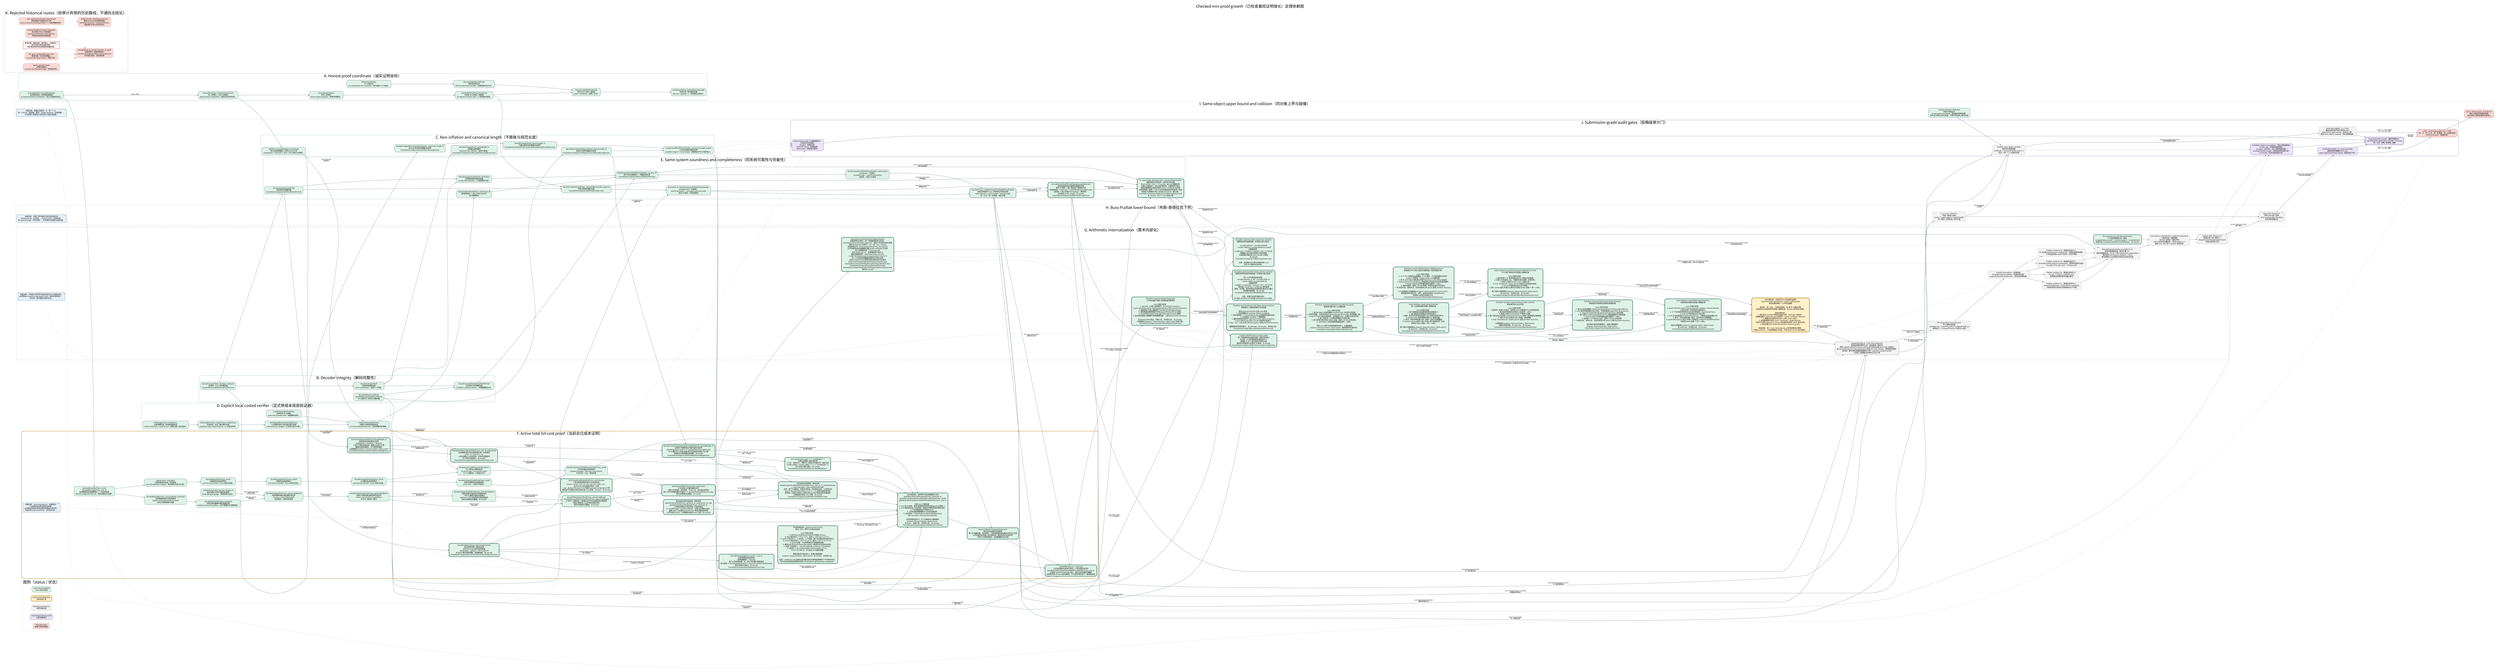
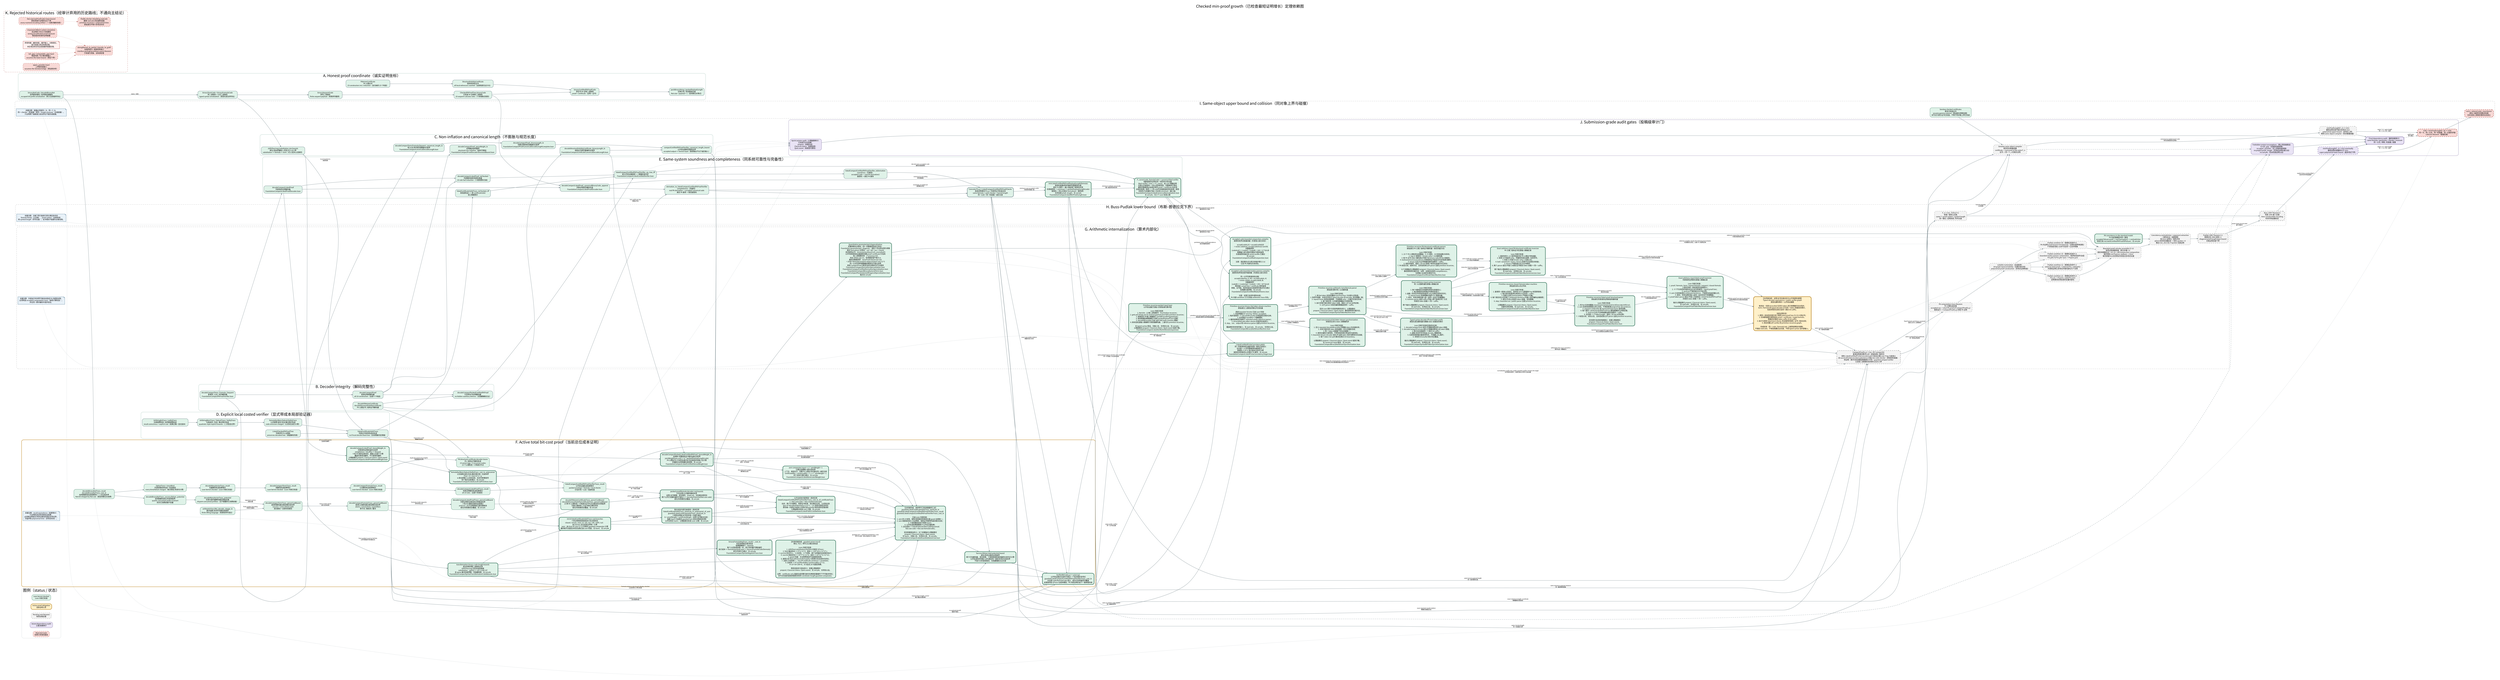
digraph CheckedMinProofDependencies {
  graph [
    rankdir=LR,
    bgcolor="white",
    compound=true,
    newrank=true,
    pad="0.35",
    nodesep="0.30",
    ranksep="0.62",
    fontname="Noto Sans CJK SC",
    fontsize=24,
    label="Checked min-proof growth（已检查最短证明增长）定理依赖图",
    labelloc="t",
    labeljust="c"
  ];
  node [
    shape=box,
    style="rounded,filled",
    fontname="Noto Sans CJK SC",
    fontsize=10.5,
    color="#526d75",
    fillcolor="#eef3f4",
    margin="0.14,0.09",
    penwidth=1.2
  ];
  edge [
    fontname="Noto Sans CJK SC",
    fontsize=8.5,
    color="#65777d",
    arrowsize=0.68,
    penwidth=1.05
  ];

  subgraph cluster_legend {
    label="图例（status / 状态）";
    color="#c8d1d4";
    style="rounded";
    done [label="Lean kernel checked\nLean 内核已检查", fillcolor="#dff2e8", color="#3f7c66"];
    active [label="Active proof obligation\n当前证明义务", fillcolor="#fff0c9", color="#b37a12", penwidth=2.2];
    pending [label="Pending root theorem\n待闭合根定理", fillcolor="#f3f3f3", color="#777777", style="rounded,filled,dashed"];
    audit [label="Axiom/dependency audit\n公理/依赖审计", fillcolor="#e9e3f5", color="#76639a"];
    rejected [label="Rejected route\n经审计弃用的路线", fillcolor="#f8d9d6", color="#a8443d", style="rounded,filled,dashed"];
  }

  subgraph cluster_coordinate {
    label="A. Honest proof coordinate（诚实证明坐标）";
    color="#8fb7aa";
    style="rounded";

    natcode [label="binaryNatCode / decodeBinaryNat\n自然数前缀码 / 自然数前缀解码\nescaped-bit prefix serialization（转义位前缀序列化）", fillcolor="#dff2e8"];
    syntaxcode [label="binaryTermCode + binaryFormulaCode\n项二进制码 + 公式二进制码\ntyped syntax serialization（类型化语法序列化）", fillcolor="#dff2e8"];
    sequentcode [label="binarySequentCode\n序列二进制码\nfinite sequent payload（有限序列载荷）", fillcolor="#dff2e8"];
    prooftree [label="CheckedPAProofTree.binaryCode\n已检查 PA 证明树二进制码\n10 sequent-calculus rules（十条相继式规则）", fillcolor="#dff2e8"];
    axiomcert [label="PAAxiomCertificate\nPA 公理证书\n23 constructors incl. induction（含归纳的 23 个构造）", fillcolor="#dff2e8"];
    structcert [label="StructuralValidityCertificate\n结构有效性证书\nall local witnesses counted（全部局部见证计长）", fillcolor="#dff2e8"];
    certifiedcode [label="binaryCertifiedPAProofCode\n带证书 PA 证明二进制码\nproof + certificate（证明 + 证书）", fillcolor="#dff2e8"];
    packedcode [label="packBinaryString / packedPayloadLength\n位串打包 / 有效载荷长度\nNat.size = payload + 1（自然数位长等式）", fillcolor="#dff2e8"];

    natcode -> syntaxcode [label="labels / 标签"];
    syntaxcode -> sequentcode;
    sequentcode -> prooftree;
    axiomcert -> structcert;
    prooftree -> certifiedcode;
    structcert -> certifiedcode;
    certifiedcode -> packedcode;
  }

  subgraph cluster_decoder {
    label="B. Decoder integrity（解码完整性）";
    color="#8fb7aa";
    style="rounded";

    typeddecoder [label="decodeCompactTerm / Formula / Sequent\n紧凑项 / 公式 / 序列解码器\nFoundationCompactPAProofVerifier.lean", fillcolor="#dff2e8"];
    proofdecoder [label="decodeCompactProof\n紧凑证明树解码器\nall 10 constructors（全部十个构造）", fillcolor="#dff2e8"];
    certdecoder [label="decodePAAxiomCertificate\ndecodeStructuralValidityCertificate\nPA 公理证书 / 结构证书解码器", fillcolor="#dff2e8"];
    packeddecoder [label="decodeCompactPackedCertifiedPAProof\n打包带证书证明解码器\nno hidden auxiliary witness（无隐藏辅助见证）", fillcolor="#dff2e8"];

    typeddecoder -> proofdecoder;
    certdecoder -> packeddecoder;
    proofdecoder -> packeddecoder;
  }

  subgraph cluster_size {
    label="C. Non-inflation and canonical length（不膨胀与规范长度）";
    color="#8fb7aa";
    style="rounded";

    structural [label="decodeCompactProof_parseWeight_le\n证明解码结构量界\nstructural non-inflation（结构不膨胀）\nFoundationCompactProofDecoderStructuralBound.lean", fillcolor="#dff2e8"];
    syntaxcanonical [label="decodeCompactTerm/Formula/Sequent_canonical_length_le\n项/公式/序列规范重编码长度界\nFoundationCompactCanonicalDecodeLength.lean", fillcolor="#dff2e8"];
    proofcanonical [label="decodeCompactProof_binaryLength_le\n完整证明树规范重编码长度界\nFoundationCompactProofCanonicalDecodeLengthComplete.lean", fillcolor="#dff2e8"];
    certcanonical [label="decodeStructuralValidityCertificate_binaryLength_le\n结构证书规范重编码长度界\nFoundationCompactCertificateCanonicalDecodeLength.lean", fillcolor="#dff2e8"];
    totalcanonical [label="compactCertifiedPAProofVerifier_canonical_length_bound\n公开验证器规范载荷总界\naccepted output <= honest input（接受输出不长于诚实输入）", fillcolor="#dff2e8"];
    transformsize [label="shift/free/neg/substitution size bounds\n移位/自由变量嵌入/否定/代入大小界\nsubstitution <= formula × term（代入至多公式乘项）", fillcolor="#dff2e8"];

    typeddecoder -> syntaxcanonical;
    proofdecoder -> structural;
    syntaxcanonical -> proofcanonical;
    certdecoder -> certcanonical;
    proofcanonical -> totalcanonical;
    certcanonical -> totalcanonical;
    syntaxcode -> transformsize;
  }

  subgraph cluster_explicit_local {
    label="D. Explicit local costed verifier（显式带成本局部验证器）";
    color="#8fb7aa";
    style="rounded";

    biteq [label="bitStringEqTrace / natEqTrace\n位串相等轨迹 / 自然数相等轨迹\nresult correctness + explicit cost（结果正确 + 显式成本）", fillcolor="#dff2e8"];
    bitset [label="bitStringMemTrace / SubsetTrace / SetEqTrace\n位串成员 / 包含 / 集合等价轨迹\nquadratic-style explicit bounds（二次型显式界）", fillcolor="#dff2e8"];
    formulalist [label="formulaEq/Mem/Subset/SetEqTrace\n公式相等/成员/包含/集合等价轨迹\ncode emission charged（公式码生成已计费）", fillcolor="#dff2e8"];
    listedtree [label="ListedCheckedPAProofTree\n列表序列 PA 证明树\npreserves decoded lists（保留解码列表）", fillcolor="#dff2e8"];
    listedcert [label="listedCertificateValidTrace\n列表证书有效性成本轨迹\nno Finset decide black box（无有限集判定黑箱）", fillcolor="#dff2e8"];

    biteq -> bitset;
    bitset -> formulalist;
    listedtree -> listedcert;
    formulalist -> listedcert;
    transformsize -> listedcert [label="local transforms\n局部变换"];
  }

  subgraph cluster_same_system {
    label="E. Same-system soundness and completeness（同系统可靠性与完备性）";
    color="#8fb7aa";
    style="rounded";

    listdecoder [label="decodeCompactListedProof\n列表保持证明解码器\nFoundationCompactListedProofDecoder.lean", fillcolor="#dff2e8"];
    projection [label="decodeCompactListedProof_toChecked\n列表解码投影到原检查器\n10-rule fuel induction（十规则燃料归纳）", fillcolor="#dff2e8"];
    localiff [label="listedCertificateValidTrace_toChecked_iff\n新局部轨迹 <-> 原 certificateValid\n语义精确等价", fillcolor="#dff2e8"];
    publiciff [label="listedCompactCertifiedPAProofVerifier_eq_true_iff\n新公开验证器接受 <-> 精确检查关系\nFoundationCompactListedCertifiedVerifier.lean", fillcolor="#dff2e8"];
    soundness [label="listedCompactCertifiedPAProofVerifier_toDerivation\nsoundness（可靠性）\naccepted code -> real PA Derivation2\n接受码 -> 真实 PA 推导", fillcolor="#dff2e8"];
    listencoder [label="decodeCompactListedProof_canonicalBinaryCode_append\n列表证明规范编码往返\nFoundationCompactListedProofEncoder.lean", fillcolor="#dff2e8"];
    completeness [label="derivation_to_listedCompactCertifiedPAProofVerifier\ncompleteness（完备性）\nreal PA derivation -> accepted canonical code\n真实 PA 推导 -> 规范接受码", fillcolor="#dff2e8"];
    predicate [label="Concrete P(x,y) / ListedCompactCertifiedPAProofChecks\n具体证明谓词 P(x,y) / 列表带证书检查关系\nsame formula + same checker + honest length\n同一公式 + 同一检查器 + 诚实长度", fillcolor="#dff2e8", penwidth=2.0];
    minmeasure [
      label="minListedCertifiedPAProofPayloadLength(formula)\n具体检查器诱导的最短完整载荷长度\n真实 PA 推导 -> 最小值由某个接受码实现\n任意接受码 -> minimum <= packedPayloadLength(code)\n接受码 -> 同公式真实 Derivation2（推导树）\n无项目级 proof_length；无 sorryAx\nFoundationCompactListedMinProofLength.lean",
      fillcolor="#dff2e8", color="#2f6f57", penwidth=2.8
    ];
    canonicalnormalize [
      label="P_canon(code, formulaCode) + canonical Bool verifier\n纯数值规范证明关系 + 规范布尔验证器\nBool verifier = true <-> P_canon，由 Lean 精确证明\n任意公开接受码 -> 同公式码规范码，完整载荷不增长\n最短完整载荷必由真实规范 proof + certificate 码实现\n全体码有限一致性 <-> 同 cutoff 的纯数值规范码有限一致性\n非规范/冗余编码不能人为压低 minimum（最小值）\nFoundationCompactListedCanonicalNormalization.lean\n无 sorryAx；仅三个 Lean 标准公理",
      fillcolor="#dff2e8", color="#2f6f57", penwidth=2.8
    ];

    typeddecoder -> listdecoder;
    listdecoder -> projection;
    proofdecoder -> projection;
    listedcert -> localiff;
    projection -> publiciff;
    localiff -> publiciff;
    packeddecoder -> publiciff;
    publiciff -> soundness;
    prooftree -> listencoder;
    listdecoder -> listencoder;
    listencoder -> completeness;
    listedcert -> completeness;
    soundness -> predicate;
    completeness -> predicate;
    predicate -> minmeasure [label="minimum over accepted codes\n对接受码取最小值"];
    completeness -> minmeasure [label="nonempty accepted set\n接受集合非空"];
    publiciff -> canonicalnormalize [label="decode every accepted code\n解码任意接受码"];
    listencoder -> canonicalnormalize [label="canonical re-encoding\n规范重编码"];
    totalcanonical -> canonicalnormalize [label="no payload growth\n载荷不增长"];
    minmeasure -> canonicalnormalize [label="minimum realized canonically\n最小值由规范码实现"];
  }

  subgraph cluster_cost_active {
    label="F. Active total bit-cost proof（当前总位成本证明）";
    color="#c18a27";
    style="rounded,bold";

    nattrace [label="decodeBinaryNatTrace_result\ndecodeBinaryNatTrace_cost_le\n自然数解码轨迹结果等价 + 二次位成本界\nNat.bit charged by Nat.size（按自然数位长收费）", fillcolor="#dff2e8", color="#3f7c66"];
    tracebind [label="OptionTrace + traceBind\n可选结果成本轨迹 + 轨迹绑定\nevery bind/failure charged（每次绑定/失败均计费）", fillcolor="#dff2e8", color="#3f7c66"];
    vectortrace [label="decodeManyVectorTrace_result\n向量解码轨迹结果等价\nLean kernel checked（Lean 内核已检查）", fillcolor="#dff2e8", color="#3f7c66"];
    termtrace [label="decodeCompactTermTrace_result\n项解码轨迹结果等价\nLean kernel checked（Lean 内核已检查）", fillcolor="#dff2e8", color="#3f7c66"];
    formulatrace [label="decodeCompactFormulaTrace_result\n公式解码轨迹结果等价\nLean kernel checked（Lean 内核已检查）", fillcolor="#dff2e8", color="#3f7c66"];
    prooftrace [label="decodeCompactListedProofTrace_result\n列表证明解码轨迹结果等价\nall 10 rules（全部十条规则）", fillcolor="#dff2e8", color="#3f7c66"];
    certtrace [label="PA/structural certificate decoder traces\nPA / 结构证书解码轨迹\n23 axiom tags + 4 recursive nodes\n23 个公理标签 + 4 种递归节点", fillcolor="#dff2e8", color="#3f7c66"];
    publictrace [label="listedCompactCertifiedPAProofVerifierTrace_result\n公开验证器轨迹结果等价\npacked envelope + formula + local checks\n打包外壳 + 公式 + 局部检查", fillcolor="#dff2e8", color="#3f7c66"];
    natpotential [label="decodeBinaryNatTrace_success/failure_potential\n自然数解码成功/失败势能界\nquartic consumed-prefix invariant\n四次已消费前缀不变量", fillcolor="#dff2e8", color="#3f7c66"];
    vectorpotential [label="decodeManyVectorTrace_potential\n任意长度向量解码摊还势能定理\ndisjoint consumed prefixes（互不重叠的已消费前缀）", fillcolor="#dff2e8", color="#3f7c66"];
    symbolcharge [label="arithmeticFunc/Rel_decode_charge_le\n算术函数/关系符号解码收费界\nfinite ORing language（有限有序环语言）", fillcolor="#dff2e8", color="#3f7c66"];
    termpotential [label="decodeCompactTermTrace_parserCostBound\n紧凑项解码器全路径摊还成本界\nsuccess + every failure path\n成功路径 + 全部失败路径", fillcolor="#dff2e8", color="#3f7c66"];
    formulapotential [label="decodeCompactFormulaTrace_parserCostBound\n紧凑公式解码器全路径摊还成本界\natoms / connectives / quantifiers\n原子式 / 联结词 / 量词", fillcolor="#dff2e8", color="#3f7c66"];
    proofpotential [
      label="decodeCompactListedProofTrace_parserCostBound\n列表证明树全路径四次势能成本界\n十条 PA 相继式规则全部通过\nand/cut 二叉子证明势能已望远镜相消\n成功/失败路径全覆盖；无 sorryAx",
      fillcolor="#dff2e8", color="#3f7c66"
    ];
    certpotential [
      label="decodePAAxiomCertificateTrace_parserCostBound\ndecodeStructuralValidityCertificateTrace_parserCostBound\n23 种 PA 公理标签 + 4 种递归证书节点全路径四次势能界\n归纳公理体和二元证书树已摊还闭合\n成功/失败路径全覆盖；无 sorryAx",
      fillcolor="#dff2e8", color="#3f7c66", penwidth=2.2
    ];
    packedcost [
      label="packed proof/formula decoder cost bounds\n打包证明/公式解码器成本界\n证明+证书串联、末位哨兵、dropLast、空后缀全部闭合\n两个公开打包解码器均不超过 2 × decoderPotential(Nat.size code)\n成功/失败路径全覆盖；无 sorryAx",
      fillcolor="#dff2e8", color="#2f6f57", penwidth=2.8
    ];
    transformcode [
      label="transformation binary-code length bounds\n语法变换完整二进制码长界\nshift/free/neg 均至多线性膨胀\nsubstitution：|phi[t]| <= 3(F+1)(W+1)F\n含 qpow 量词深度预算；无隐藏参数；无 sorryAx\nFoundationCompactSyntaxTransformationCodeBounds.lean",
      fillcolor="#dff2e8", color="#2f6f57", penwidth=2.8
    ];
    negtrace [
      label="binaryFormulaNegTrace_result / _cost_le\n否定变换真实递归轨迹\n结果精确等于 ∼formula\n每个公式构造收费一步；原子项向量不重复遍历\n执行成本 <= formulaSymbolCount <= |binaryFormulaCode(formula)|\n单文件探针已通过；无 sorryAx\nFoundationCompactSyntaxNegationTrace.lean",
      fillcolor="#dff2e8", color="#2f6f57", penwidth=2.8
    ];
    axmjoint [
      label="axm comparator input <= 2 * jointWeight + 1\n公理比较器输入联合坐标界\n上下文、候选句子、完整 PA 公理证书均落在同一诚实位权\ncertificateBits + sentenceBits + 1 <= 2 * jointWeight + 1\n四个坐标引理已通过；无 sorryAx\nFoundationCompactListedAxiomJointWeight.lean",
      fillcolor="#dff2e8", color="#2f6f57", penwidth=2.8
    ];
    honestproof [
      label="decodeCompactListedProof_honestWeight_le\n列表保持证明树诚实位权界\nweight(tree) + 8|suffix| <= 8|input|\n十条 PA 规则全部闭合；重复公式逐个计费\n覆盖任意成功解码，不只是规范编码\n公理画像仅 propext / Classical.choice / Quot.sound\nFoundationCompactListedProofHonestWeight.lean",
      fillcolor="#dff2e8", color="#2f6f57", penwidth=2.8
    ];
    honestcert [
      label="decodeCompactPackedListedCertifiedPAProof_honestWeight_le\n证明树+完整结构证书联合诚实位权界\njointWeight(tree,cert) <= 8 * packedPayloadLength(code)\nPA 公理证书 23 标签及递归证书全部由实际输入位计费\n无辅助见证和隐藏长度参数；无 sorryAx\nFoundationCompactListedCertifiedHonestWeight.lean",
      fillcolor="#dff2e8", color="#2f6f57", penwidth=2.8
    ];
    localprimitives [
      label="formulaEq/Mem/Subset/SetEqTrace_cost_le_polynomial\n公式相等/成员/包含/集合等价统一位成本界\nP(w) = 4 + 2(w+3)^2 + w\nw 是全部输入公式码位权，包含列表重复项\n四个端点全部通过；无 sorryAx\nFoundationCompactListedLocalCostPrimitives.lean",
      fillcolor="#dff2e8", color="#2f6f57", penwidth=2.8
    ];
    localbranches9 [
      label="10/10 listedCertificateValidTrace cost branches\n十条证明规则局部成本分支全部闭合\nclosed / verum / and / or / all / exs / wk / shift / cut：\n由 P(G(w)) 及生成语法界统一计费\naxm：由 A(w)=K*(2w+1)^12 的真实 guarded comparator 计费\n最终每节点固定多项式包络已由 Lean 检查；无 haxm、无 sorryAx",
      fillcolor="#dff2e8", color="#2f6f57", penwidth=2.8
    ];
    localinduction [
      label="联合坐标内部归纳骨架 + 具体实例\nlistedCertificateValidTrace_jointCost_le_polynomial_of_axm\nguardedListedCertificateValidTrace_jointCost_le\n十规则证明树/证书同步统一归纳已通过\nb = proofWeight + certificateWeight（证明+证书联合位权）\n抽象 haxm 已由真实 guarded axm 成本定理具体消除\n公开实例无 haxm；公理画像仅标准 Lean 公理；无 sorryAx",
      fillcolor="#dff2e8", color="#2f6f57", penwidth=2.8
    ];
    publicskeleton [
      label="公开总成本内部骨架 + 具体实例\nlistedCompactCertifiedPAProofVerifierTrace_cost_le_of_certificateTrace\ns = Nat.size(code) + Nat.size(formulaCode)\n合并：两个打包解码、局部证书检查、结论集合比较、公式码比较\nQ(s)=4*decoderPotential(s)+L(s)+1，L(s) 是显式固定多项式\n原先唯一内部证书成本义务现已由 guarded 联合成本定理消除\n公理画像仅标准 Lean 公理；无 sorryAx\nFoundationCompactListedPublicCostSkeleton.lean",
      fillcolor="#dff2e8", color="#2f6f57", penwidth=2.8
    ];
    publiccost [
      label="【主终端完成：具体带守卫检查器最终汇合】\nguardedListedCertificateValidTrace_jointCost_le\nguardedListedCompactCertifiedPAProofVerifierTrace_result\nguardedListedCompactCertifiedPAProofVerifierTrace_cost_le\n\n已由 Lean 内核检查：\n1. axm 的 23 标签、接受/拒绝路径和候选长度 guard 全部统一；\n2. axm 局部成本进入与证明树、结构证书相同的诚实联合位权；\n3. 十规则整树成本不再带 haxm；\n4. 公开轨迹结果精确等于公开验证器结果；\n5. 总位成本 <= listedPublicVerifierCostPolynomial(\n   Nat.size code + Nat.size formulaCode)。\n\n定向构建退出码 0；五个关键端点公理画像仅\npropext / Classical.choice / Quot.sound。\n无 haxm、无输入包、无项目公设、无 sorryAx。\nFoundationCompactListedGuardedAxiomCost.lean",
      fillcolor="#dff2e8", color="#2f6f57", penwidth=2.8
    ];
    amortized [label="Success/failure total potential bound\n成功/失败全路径总势能界\n两个打包解码器、语法变换、十规则局部检查和最终比较均已计费\n公开轨迹的所有输入对均满足同一固定多项式位成本界\n不是只分析接受路径；无隐藏辅助见证长度", fillcolor="#dff2e8", color="#2f6f57", style="rounded,filled", penwidth=2.8];
    costnote [shape=note, label="关键注释：result equivalence（结果等价）\n只证明轨迹没有改掉验证结果；\n必须再证明成功/失败全路径的固定多项式界，\n才能声称 polynomial time（多项式时间）。", fillcolor="#e8f1f8", color="#4e7892"];
    transformtrace [label="【共享终端完成：guarded axiom trace】\n移位 / 代入 / 带守卫公理比较轨迹\n\nLean 内核已检查：\n1. shift/free/substitution/list/fixitr 的真实 QTrace；\n2. fixitr 输出码长 <= 4*(L+1)^2；成本 <= 128*(m+L+1)^2*L；\n3. succInd 四次代入、三次否定、三个析取、两个全称量词全部真实执行；\n4. succInd 输出码长 <= 10^7*(L+1)^4；成本 <= 10^11*(L+1)^12；\n5. guard 完备：合法相等候选不会被提前拒绝；\n6. 接受分支 fixitr/allClosure/formulaEq 与拒绝分支总成本均闭合；\n7. 全部 23 标签统一：true iff certificate.sentence = candidate；\n8. 总成本 <= K*(certificateBits+sentenceBits+1)^12，\n   K=10^30+(3B+4)，B 为显式 26 句固定预算。\n\n两条验收命令退出码 0；关键公理画像仅\npropext / Classical.choice / Quot.sound；无 sorryAx、无项目公设。\n\n边界：certificate-only 直接生成完整归纳句在稀疏变量编号下不可能多项式；\n本节点完成的是保持接受关系的 candidate-length guarded comparator。", fillcolor="#dff2e8", color="#2f6f57", style="rounded,filled", penwidth=2.8];
    polytime [label="VerifierBitCost(x,y) <= p(|x|+|y|)\n公开验证器总位成本不超过一个显式固定多项式\nguardedListedCompactCertifiedPAProofVerifierTrace_cost_le\n对全部 code/formulaCode 成立，成功与失败路径均覆盖\n这里是项目 QTrace 位成本模型；PA 内短证明仍由下一簇单独完成", fillcolor="#dff2e8", color="#2f6f57", style="rounded,filled", penwidth=2.8];

    natcode -> nattrace;
    nattrace -> tracebind;
    tracebind -> vectortrace;
    vectortrace -> termtrace;
    termtrace -> formulatrace;
    formulatrace -> prooftrace;
    certdecoder -> certtrace;
    formulatrace -> certtrace;
    prooftrace -> publictrace;
    certtrace -> publictrace;
    publictrace -> amortized [label="exact behavior first\n先固定精确行为"];
    nattrace -> natpotential;
    natpotential -> vectorpotential;
    vectorpotential -> termpotential [label="argument vectors\n参数向量"];
    symbolcharge -> termpotential [label="finite symbol decoding\n有限符号解码"];
    termpotential -> formulapotential [label="terms inside atoms\n原子式中的项"];
    formulapotential -> proofpotential [label="formulas inside sequents\n序列中的公式"];
    proofpotential -> certpotential [label="proof/certificate alignment\n证明树/证书树对齐"];
    formulapotential -> certpotential [label="induction body\n归纳公理体"];
    certpotential -> packedcost [label="proof + certificate stream\n证明 + 证书串"];
    publictrace -> packedcost [label="same executable result\n同一可执行结果"];
    packedcost -> publiccost [label="decoded objects\n已解码对象"];
    transformsize -> transformcode [label="from symbol count to full bits\n从符号数提升到完整位长"];
    transformcode -> negtrace [label="input bit-length control\n输入位长控制"];
    negtrace -> publiccost [label="closed/cut negation charge\n闭合/切规则否定计费"];
    transformcode -> publiccost [label="generated-code bounds\n生成公式码长界"];
    listdecoder -> honestproof [label="all successful parses\n全部成功解码"];
    honestproof -> honestcert [label="proof-tree charge\n证明树计费"];
    certcanonical -> honestcert [label="full certificate bits\n完整证书位"];
    honestcert -> publiccost [label="joint decoded-data bound\n联合解码数据界"];
    honestcert -> axmjoint [label="proof + certificate coordinate\n证明 + 证书坐标"];
    axmjoint -> publiccost [label="guarded comparator input bound\n带守卫比较器输入界"];
    listedcert -> localprimitives [label="exact trace costs\n精确轨迹成本"];
    honestproof -> localprimitives [label="duplicate-preserving weights\n保留重复项位权"];
    localprimitives -> publiccost [label="uniform quadratic bound\n统一二次界"];
    localprimitives -> localbranches9 [label="per-rule instantiation\n逐规则实例化"];
    transformcode -> localbranches9 [label="generated syntax bounds\n生成语法界"];
    localbranches9 -> publiccost [label="nine checked branches\n九条已检查分支"];
    localbranches9 -> localinduction [label="structural aggregation\n结构汇总"];
    localinduction -> publiccost [label="haxm concretely discharged\nhaxm 已由具体定理消除"];
    localinduction -> publicskeleton [label="local certificate polynomial\n局部证书多项式"];
    packedcost -> publicskeleton [label="two packed decoder bounds\n两个打包解码界"];
    honestcert -> publicskeleton [label="decoded joint weight\n解码联合位权"];
    publicskeleton -> publiccost [label="concrete discharge checked\n具体消义务已检查"];
    listedcert -> publiccost [label="explicit local checks\n显式局部检查"];
    publiccost -> amortized;
    totalcanonical -> amortized [label="consumed-length control\n消费长度控制"];
    costnote -> amortized [style=dotted, arrowhead=none, constraint=false];
    transformcode -> transformtrace;
    transformtrace -> publiccost [label="guarded axm + shift/free/substitution costs\n带守卫公理 + 移位/自由化/代入成本"];
    amortized -> polytime;
    transformtrace -> polytime;
    totalcanonical -> polytime [label="input/output length control\n输入输出长度控制"];
    listedcert -> polytime [label="local cost bounds\n局部成本界"];
    predicate -> polytime [label="exact executable relation\n精确可执行关系"];
  }

  subgraph cluster_internalization {
    label="G. Arithmetic internalization（算术内部化）";
    color="#9a9a9a";
    style="rounded,dashed";

    listedconmeta [label="ListedCertifiedFiniteConsistencyAt(k)\n同一列表保持验证器的有限一致性元层语义\n无长度 <= k 的完整载荷码被接受为 ⊥\n普通及 2^(A*n) 放大版本无条件为真\n接受反向恢复同公式真实 PA 推导；无 sorryAx\nFoundationCompactListedFiniteConsistencyTarget.lean", fillcolor="#dff2e8", color="#2f6f57", penwidth=2.8];
    arithinput [label="Primitive-recursive packed input layer\n公开验证器打包输入的原始递归算术层\n\nLean 内核已检查：\n1. Nat.bits（小端二进制展开）为 primitive recursive；\n2. getLast?/dropLast 与 sentinel payload peel 均为 primitive recursive；\n3. 剥离成功 iff 输入精确等于 packBinaryString(payload)；\n4. 新剥离器结果精确等于现有 packedPayloadTrace 结果；\n5. decodeBinaryNat 已由 right-fold state machine 重建；\n6. 新状态机逐输入精确等于原前缀解码器，二者均为 primitive recursive。\n\n无 typed syntax 假设、无输入包、无项目公设、无 sorryAx；\n公理画像仅 propext / Classical.choice / Quot.sound 或其子集。\nFoundationCompactListedVerifierArithmeticInput.lean", fillcolor="#dff2e8", color="#2f6f57", penwidth=2.8];
    tokenstream [label="Primitive-recursive binary-Nat token stream machine\n原始递归二进制自然数记号流机器\n\n具体 bounded iterator 已由 Lean 检查：\n1. 状态明确区分 running / failed / accepted；\n2. 每步调用同一个 decodeBinaryNat 并保留真实剩余位串；\n3. 总步数由 inputBits+1 明确限制；\n4. 最终结果逐位串等于 repeated-prefix reference parser；\n5. binaryNatCode token stream 的规范往返成立；\n6. step、run、output 和 reference parser 全部 primitive recursive。\n\n覆盖畸形和非规范输入；无 rawCode、无 sorryAx、无项目公设。\nFoundationCompactBinaryNatStreamMachine.lean", fillcolor="#dff2e8", color="#2f6f57", penwidth=2.8];
+     bitsync [label="Exact noncanonical bit/token stream synchronization\n非规范位流与 token 流精确同步\n\nLean 内核已检查：\n1. 定义 repeated decodeBinaryNat 的精确 token/位后缀关系；\n2. 关系可按任意 token 前后缀唯一切分并重新合成；\n3. 同一 token 前缀留下的位后缀唯一；\n4. 规范位编码只是特例，不把非规范高位零误判为规范码；\n5. bounded stream decoder 成功 iff 全部 token 恰好消费至空位后缀；\n6. 每个 token-list split 都对应真实 bit boundary。\n\n公理画像仅 propext / Classical.choice / Quot.sound 或其子集；\n无 canonical-input 假设、无 sorryAx。\nFoundationCompactBinaryNatStreamSynchronization.lean", fillcolor="#dff2e8", color="#2f6f57", penwidth=2.8];
    syntaxparser [label="Primitive-recursive arithmetic term/formula parser\n原始递归算术项 / 公式解析器\n\nLean 内核已检查：\n1. 纯 Nat token 状态机覆盖 bvar/fvar/func 与全部公式构造；\n2. 有序环函数、关系符号码与 typed decoder 的 decode₂ 条件精确一致；\n3. repeat frame 逐项处理参数，不按稀疏 arity 一次展开巨型任务表；\n4. 每个真实项 / 公式都有精确执行步数定理；\n5. 执行步数不超过真实 token 长度，固定二次 fuel 必然足够；\n6. 公开 parser 对规范编码精确返回同一 suffix。\n\n定向 Lean 探针与目标构建退出码 0；公理画像仅\npropext / Classical.choice / Quot.sound；静态禁用项扫描为空。\nFoundationCompactSyntaxTokenMachine.lean", fillcolor="#dff2e8", color="#2f6f57", penwidth=2.8];
    syntaxinversion [label="Exact arbitrary-input syntax inversion\n项 / 公式解析器任意输入精确反演\n\nLean 内核已检查：\n1. 每个纯数值任务栈都有类型化前缀语义；\n2. 每次数值状态转换反向保持该语义；\n3. 函数 / 关系符号有效码恢复同 arity 的真实有序环符号；\n4. repeat frame 恢复精确长度的 Fin 参数向量；\n5. 成功、失败及畸形输入统一由同一后向不变量覆盖；\n6. numeric parser 返回 suffix iff 输入等于某真实项 / 公式\n   的规范 token 前缀 ++ 同一 suffix。\n\n两个端点公理画像仅 propext / Classical.choice / Quot.sound；\n无 rawCode、无项目公设、无 sorryAx。\nFoundationCompactSyntaxTokenMachineInversion.lean", fillcolor="#dff2e8", color="#2f6f57", penwidth=2.8];
+     syntaxbitsync [label="Typed syntax decoder iff exact token prefix\n类型化语法解码器与精确 token 前缀双向等价\n\nLean 内核已检查任意成功位串：\n1. decodeCompactTerm 成功 iff 精确消费该项 token 前缀；\n2. decodeCompactFormula 成功 iff 精确消费该公式 token 前缀；\n3. 两方向均保留同一个真实 bit suffix；\n4. 函数/关系符号代码由 decode₂ 精确恢复；\n5. 任意有限参数向量逐项同步，不隐藏 arity 展开；\n6. 非规范 binaryNat 表示完全覆盖。\n\n端点公理画像仅 propext / Classical.choice / Quot.sound；\n无 rawCode、无项目公设、无 sorryAx。\nFoundationCompactSyntaxBitTokenSynchronization.lean", fillcolor="#dff2e8", color="#2f6f57", penwidth=2.8];
    closedformula [label="Primitive-recursive closed-formula token machine\n原始递归闭公式记号机\n\nLean 内核已检查：\n1. 复用同一紧凑公式语法，但所有 term 位置遇到 fvar 标签即拒绝；\n2. 每次成功恢复真实类型化公式及同一 suffix；\n3. 恢复公式的 freeVariables 严格等于空集；\n4. 每个真实闭公式及每个 ArithmeticSentence 的嵌入规范编码必被接受；\n5. 成功 iff 闭公式规范 token 前缀，双向精确；\n6. step / bounded run / public parser 全部 primitive recursive。\n\n公理画像仅 propext / Classical.choice / Quot.sound；\n无额外闭性参数、无 rawCode、无 sorryAx。\nFoundationCompactClosedFormulaTokenMachine.lean", fillcolor="#dff2e8", color="#2f6f57", penwidth=2.8];
    proofparser [label="Primitive-recursive listed-proof structural parser\n原始递归列表保持证明树结构解析器\n\nLean 内核已检查：\n1. 纯 Nat 任务栈覆盖 closed/axm/verum/and/or/all/exs/wk/shift/cut；\n2. axm 标签现调用独立闭公式机，不再把普通 proposition 当 sentence；\n3. sequent cardinality 由 repeat-formula frame 逐项消费；\n4. 每个真实 ListedCheckedPAProofTree 都有精确执行步数定理；\n5. and/cut 左右子证明按编码顺序消费同一 suffix；\n6. 总步数 <= 2*tokenLength，固定二次 fuel 必然足够；\n7. 十标签分派、闭句分支、总状态机和公开 parser 全部 primitive recursive。\n\n定向探针及目标构建通过；关键公理画像仅\npropext / Classical.choice / Quot.sound。\nFoundationCompactProofTokenMachine.lean", fillcolor="#dff2e8", color="#2f6f57", penwidth=2.8];
    proofinversion [label="Exact arbitrary-input listed-proof inversion\n列表保持证明树任意输入精确反演\n\nLean 内核已检查：\n1. proof / formula / term / repeat-formula / sequent / closed-formula\n   六类任务统一具有类型化前缀语义；\n2. 十个节点标签的每条反向分支均恢复同一 typed proof tree；\n3. and/cut 严格恢复左右子树次序；\n4. axm 分支恢复真实 ArithmeticSentence，不接受含自由变量公式；\n5. 成功、失败及畸形输入由同一后向状态不变量覆盖；\n6. proof token parser 成功 iff 输入为某真实 ListedCheckedPAProofTree\n   的规范 token 前缀 ++ 同一 suffix。\n\n端点公理画像仅 propext / Classical.choice / Quot.sound；\n无 rawCode、无项目公设、无 sorryAx。\nFoundationCompactProofTokenMachineInversion.lean", fillcolor="#dff2e8", color="#2f6f57", penwidth=2.8];
    certparser [label="Primitive-recursive PA/structural certificate parsers\n原始递归 PA 公理 / 结构证书解析器（规范完备方向）\n\nLean 内核已检查：\n1. 23 个 PA 公理标签全部覆盖；0..21 固定，3/4 校验函数/关系码；\n2. tag 22 调用同一 binder-arity-1 公式解析器；\n3. 新 PA 证书 token 编码逐证书等于旧 binary code 的 Nat 前缀流；\n4. leaf/axiomCert/unary/binary 四类结构证书由显式任务栈递归解析；\n5. binary 左右子证书按编码顺序消费同一 suffix；\n6. 线性步数界、固定二次 fuel 和两个规范往返端点均已闭合；\n7. PA 标签分派、结构节点、总状态机和公开 parser 全部 primitive recursive。\n\n七个关键端点公理画像仅 propext / Classical.choice / Quot.sound；\n静态禁用项扫描为空。边界：这里闭合规范 completeness，\n任意输入反演仍在黄色节点。\nFoundationCompactCertificateTokenMachine.lean", fillcolor="#dff2e8", color="#2f6f57", penwidth=2.8];
    certinversion [label="Exact arbitrary-input PA/structural certificate inversion\nPA 公理 / 结构证书任意输入精确反演\n\nLean 内核已检查：\n1. 固定标签 0..21 逐项恢复对应 PA 公理证书构造器；\n2. 标签 3/4 恢复同 arity、同编码的真实函数 / 关系符号；\n3. 标签 22 恢复 binder-arity-1 归纳公式；\n4. leaf / axiomCert / unary / binary 四类节点全部反向恢复；\n5. binary 严格恢复左右子证书顺序；\n6. 两个 parser 成功 iff 输入为真实证书规范 token 前缀 ++ 同一 suffix。\n\n两个端点公理画像仅 propext / Classical.choice / Quot.sound；\n无 rawCode、无项目公设、无 sorryAx。\nFoundationCompactCertificateTokenMachineInversion.lean", fillcolor="#dff2e8", color="#2f6f57", penwidth=2.8];
-     numericparser [label="【主终端当前：位级对应与公开局部检查图】\nTyped-decoder equivalence + public verifier graph\n类型化解码等价 + 公开验证器图\n\n新闭合：项 / 公式、十规则证明树、23 类 PA 公理证书和\n4 类结构证书全部具有任意输入精确反演；伪 token 树风险已排除。\n\n当前证明任务：\n1. 把任意 binaryNat 非规范位编码与同一 Nat token 流同步，\n   证明数值机与 typed decoder 恢复同一 proof / certificate / formula；\n2. 精确对应消费后的 token suffix 与 bit suffix；\n3. 在纯数值图中组合 proof + certificate + target formula，\n   并执行与现有 listed local checks 完全相同的规则 / 证书 / 结论比较；\n4. 闭合完整公开 verifier 的 primitive-recursive graph。\n\n完成标准：同一 code / formulaCode 上接受结果逐点相等；\n不借旧 rawCode，不增加隐藏见证长度，不把 typed syntax 当外部输入。", fillcolor="#fff0c9", color="#b37a12", penwidth=2.8];
+     numericparser [label="【主终端当前：证明/证书位级对应与公开局部检查图】\nTyped-decoder equivalence + public verifier graph\n类型化解码等价 + 公开验证器图\n\n新闭合：任意 binaryNat 位流与 token 流已有精确可切分同步；\nterm / formula 的 typed decoder 已与同一 token 前缀双向等价，\n包括非规范位表示及同一真实 bit suffix。\n\n当前证明任务：\n1. 把同一双向同步提升到十规则 listed proof tree 与 23+4 类证书；\n2. 在纯数值图中顺序组合 proof + certificate + target formula，\n   精确对应每段 token suffix 与 bit suffix；\n3. 执行与现有 listed local checks 完全相同的规则 / 证书 / 结论比较；\n4. 闭合完整公开 verifier 的 primitive-recursive graph。\n\n完成标准：同一 code / formulaCode 上接受结果逐点相等；\n不借旧 rawCode，不增加隐藏见证长度，不把 typed syntax 当外部输入。", fillcolor="#fff0c9", color="#b37a12", penwidth=2.8];
    compactformula [label="CompactProof(x,y) + Con_PA^compact(k)\n紧凑证明谓词算术公式 + 紧凑有限一致性句\n绿色 ListedCertifiedFiniteConsistencyAt 已给出正确 Lean Prop 元层语义\n旧 succinctFiniteConsistencySentence 仍指 raw-code checker（原始码检查器）\n待证明：算术句标准模型精确等价于同一 guarded compact verifier\n以及短二进制数词实例的公式大小界", fillcolor="#f3f3f3", color="#777777", style="rounded,filled,dashed", penwidth=2.0];
    patrace [label="PA computation-trace theorem\nPA 计算轨迹定理\naccepted run -> short PA proof of CompactProof(x,y)\n接受运行 -> CompactProof(x,y) 的短 PA 证明", fillcolor="#f3f3f3", color="#777777", style="rounded,filled,dashed"];
    suitable [label="suitable numeration（合适枚举）\nbit graph representability（位图可表示性）\npolynomial proof construction（多项式证明构造）", fillcolor="#f3f3f3", color="#777777", style="rounded,filled,dashed"];
    cond0 [label="Pudlak condition (0)（普德拉克条件 0）\nPA 内证明 proof-bound monotonicity（证明长度界单调性）\nP 的较紧/较松 cutoff 可在同一公式中转换", fillcolor="#f3f3f3", color="#777777", style="rounded,filled,dashed"];
    cond1 [label="Pudlak condition (1)（普德拉克条件 1）\nexternal short proof -> internal P(n, code(phi))\n外部短证明以多项式开销内部化为 P 实例", fillcolor="#f3f3f3", color="#777777", style="rounded,filled,dashed"];
    cond2 [label="Pudlak condition (2)（普德拉克条件 2）\nP(n,m) -> P(q1(n), code(P(n,m)))\n证明谓词实例自身的定量内部化", fillcolor="#f3f3f3", color="#777777", style="rounded,filled,dashed"];
    cond3 [label="Pudlak condition (3)（普德拉克条件 3）\nbounded modus ponens composition（有界肯定前件合成）\nP(n,phi) 与 P(n,phi->psi) -> P(q2(n),psi)", fillcolor="#f3f3f3", color="#777777", style="rounded,filled,dashed"];
    mpcompiler [label="Accepted-code bounded modus ponens compiler\n接受码有界肯定前件编译器（外部语义层已闭合）\n\n同一公开列表保持验证器：\naccept(codeImp, A->B) + accept(codeA, A)\n  -> exists codeB, accept(codeB, B)\n完整载荷界：\n|codeB| <= |codeImp| + |codeA| + 240 + 34*S(A,B)\n两份输入 proof tree + certificate 原样复用\n树级、证书级、规范码级及任意接受码端点均已通过\n无隐藏长度参数；无 sorryAx\nFoundationCompactCertifiedModusPonens.lean\n\n注意：这里只关闭外部码合成；\nPA 内部 condition (3) 仍须由 arithmetic trace 内化。", fillcolor="#dff2e8", color="#2f6f57", penwidth=2.8];
    conjcompiler [label="Accepted-code bounded conjunction compiler\n接受码有界合取编译器（外部语义层已闭合）\n\naccept(codeA,A) + accept(codeB,B)\n  -> exists codeAnd, accept(codeAnd,A and B)\n完整载荷界：\n|codeAnd| <= |codeA| + |codeB| + 144 + 11*S(A,B)\n两棵输入树与两份完整证书原样复用\n任意接受码端点及 axiom profile 已通过\n无 sorryAx\nFoundationCompactCertifiedConjunction.lean\n\n注意：固定重言式与原文拼接步骤 (i)-(v)\n以及 PA 内部化仍未闭合。", fillcolor="#dff2e8", color="#2f6f57", penwidth=2.8];
    qdiagonal [label="Quantitative parameterized diagonalization\n定量参数化对角化（同一完整载荷坐标已闭合）\nFoundation parameterized_diagonal₁：固定 P 的全称证明为常数\n真实 Derivation2 实例化：cut + wk + exs + closed\n显式结构证书：binary(unary(baseCert), unary(leaf))\n公开列表保持验证器接受完整 proof+certificate 打包码\n短二进制数码项：2*previous+bit\n码长 O(Nat.size m)，标准模型值严格为 m\n最终完整载荷界：baseProof+baseCert+192\n + 2048*(formulaConstant+stepConstant*|m|+1)^3\n同一公式实例的精确最短载荷也不超过该界\n具体 CompactProof 谓词仍由灰色算术化节点提供\nFoundationCompactDerivationSpecialization.lean\nFoundationCompactCertifiedDerivationSpecialization.lean\nFoundationCompactBinaryNumeralTerm.lean\nFoundationCompactParameterizedDiagonalSpecialization.lean\n端点无 sorryAx", fillcolor="#dff2e8", color="#2f6f57", penwidth=2.8];
    proofassembly [label="Bounded proof-calculus assembly (i)-(v)\n有界证明演算拼接（原文步骤 i-v）\n固定命题重言式 + (0)-(3) + MP/conjunction composition\n逐步得到 not P(q5(m), bottom) -> D(m)\n每次拼接与公式实例化均须显式多项式长度", fillcolor="#f3f3f3", color="#777777", style="rounded,filled,dashed"];
    paconsistency [label="PA consistency in the standard model\nPA 在标准模型中的一致性\naccepted falsum proof -> real Derivation2 -> contradiction\n项目已有 noListedCertifiedPAProofOfFalsum；无 sorryAx", fillcolor="#dff2e8", color="#2f6f57", penwidth=2.4];
    exponentextract [label="Consistency contradiction + exponent extraction\n一致性反证 + 指数提取\n短 D(m) 证明与一致性冲突\nq5(m) 的多项式重标定 -> 存在 epsilon > 0\n推出 Con_A(n) 无 n^epsilon 长度证明", fillcolor="#f3f3f3", color="#777777", style="rounded,filled,dashed"];
    diagonal [label="Pudlak 1986 Theorem 3.1\n普德拉克 1986 定理 3.1\ndiagonal proof-length lower bound\n对角证明长度下界", fillcolor="#f3f3f3", color="#777777", style="rounded,filled,dashed", penwidth=2.0];
    internalnote [shape=note, label="关键注释：外部运行时间界不能自动变成 PA 内部短证明。\n必须构造 accepted computation trace（接受计算轨迹），\n并在同一算术编码中逐步验证。", fillcolor="#e8f1f8", color="#4e7892"];

    predicate -> compactformula [label="exact standard-model relation\n精确标准模型关系"];
    minmeasure -> compactformula [label="same honest payload length\n同一诚实载荷长度"];
    canonicalnormalize -> compactformula [style=dotted, label="normalization audit only; public guarded verifier remains the target\n仅作规范化审计；目标仍是公开带守卫验证器"];
    predicate -> listedconmeta [label="same accepted-code relation\n同一接受码关系"];
    minmeasure -> listedconmeta [label="same payload coordinate\n同一载荷坐标"];
    listedconmeta -> compactformula [label="arithmetize this exact semantics\n算术化这一精确语义"];
    canonicalnormalize -> listedconmeta [label="pointwise same-cutoff equivalence\n逐点同截断值等价"];
    polytime -> arithinput [label="same packed inputs and bit-cost coordinate\n同一打包输入与位成本坐标"];
    arithinput -> tokenstream [label="primitive-recursive payload and Nat-prefix base\n原始递归载荷与自然数前缀基础"];
+     tokenstream -> bitsync [label="exact arbitrary-input stream semantics\n任意输入流精确语义"];
    tokenstream -> syntaxparser [label="bounded exact tokenization\n有界精确记号化"];
+     bitsync -> syntaxbitsync [label="exact bit suffix invariant\n精确位后缀不变量"];
+     syntaxparser -> syntaxbitsync [label="same term/formula token grammar\n同一项/公式 token 文法"];
    syntaxparser -> syntaxinversion [label="backward typed realization invariant\n反向类型化实现不变量"];
    syntaxinversion -> closedformula [label="typed prefix recovery + no-fvar invariant\n类型化前缀恢复 + 无自由变量不变量"];
    closedformula -> proofparser [label="axm sentence task\n公理叶闭句任务"];
    syntaxparser -> proofparser [label="checked syntax-task machine\n已检查语法任务机"];
    syntaxparser -> certparser [label="induction-body formula parser\n归纳公理体公式解析"];
    syntaxinversion -> proofinversion [label="term / formula arbitrary inversion\n项 / 公式任意反演"];
    proofparser -> proofinversion [label="ten-rule numeric state machine\n十规则纯数值状态机"];
    closedformula -> proofinversion [label="real sentence recovery\n真实闭句恢复"];
    proofinversion -> numericparser [label="arbitrary proof success is canonical\n任意证明成功均为真实规范前缀"];
    syntaxinversion -> certinversion [label="induction-formula arbitrary inversion\n归纳公式任意反演"];
    certparser -> certinversion [label="23+4 certificate numeric machines\n23+4 类证书纯数值机"];
    certinversion -> numericparser [label="arbitrary certificate success is canonical\n任意证书成功均为真实规范前缀"];
+     syntaxbitsync -> numericparser [label="term/formula typed-bit equivalence closed\n项/公式类型化位级等价已闭合"];
    numericparser -> compactformula [label="same numeric machine graph\n同一纯数值机器图"];
    compactformula -> patrace [label="fixed formula and binary numerals\n固定公式与二进制数词"];
    internalnote -> patrace [style=dotted, arrowhead=none, constraint=false];
    patrace -> suitable;
    suitable -> cond0;
    suitable -> cond1;
    suitable -> cond2;
    suitable -> cond3;
    predicate -> mpcompiler [label="same public verifier\n同一公开验证器"];
    canonicalnormalize -> mpcompiler [label="decoded payload never grows\n解码规范化不增长"];
    mpcompiler -> cond3 [style=dotted, label="external compiler closed; PA internal proof remains\n外部编译已闭合；仍需 PA 内部短证明"];
    predicate -> conjcompiler [label="same public verifier\n同一公开验证器"];
    canonicalnormalize -> conjcompiler [label="decoded payload never grows\n解码规范化不增长"];
    conjcompiler -> proofassembly [style=dotted, label="external conjunction primitive closed\n外部合取原语已闭合"];
    compactformula -> qdiagonal [style=dotted, arrowhead=none, constraint=false, label="later instantiate the closed generic compiler at concrete P\n后续把已闭合通用编译器实例化到具体 P"];
    suitable -> qdiagonal [style=dotted, arrowhead=none, constraint=false, label="concrete P conditions belong to later assembly\n具体 P 条件属于后续拼接"];
    transformcode -> qdiagonal [label="formula-instance size bound already checked\n公式实例大小界已检查"];
    cond0 -> proofassembly;
    cond1 -> proofassembly;
    cond2 -> proofassembly;
    cond3 -> proofassembly;
    qdiagonal -> proofassembly;
    proofassembly -> exponentextract;
    paconsistency -> exponentextract;
    exponentextract -> diagonal;
  }

  subgraph cluster_buss {
    label="H. Buss-Pudlak lower bound（布斯-普德拉克下界）";
    color="#9a9a9a";
    style="rounded,dashed";

    family [label="F_n = Con_T((f(n))^c)\n有限一致性公式族\nsame T / proof system / symbol length\n同一理论 / 证明系统 / 符号长度", fillcolor="#f3f3f3", color="#777777", style="rounded,filled,dashed"];
    rescale [label="Buss 1994 Theorem 5\n布斯 1994 第 5 定理\ntime-constructible rescaling\n时间可构造重标定", fillcolor="#f3f3f3", color="#777777", style="rounded,filled,dashed", penwidth=2.0];
    lower [label="minProofLength(F_n) > U(n) eventually\n最短证明长度最终大于 U(n)\nsuper-polynomial lower bound（超多项式下界）", fillcolor="#e9e3f5", color="#76639a", style="rounded,filled,dashed", penwidth=2.0];
    lowernote [shape=note, label="关键注释：文献下界只能用于原文满足条件的\nformula family（公式族）、proof system（证明系统）\n和 symbol length（符号长度）；名字相似不能替代对象恒等。", fillcolor="#e8f1f8", color="#4e7892"];

    compactformula -> family [label="same CompactProof predicate\n同一紧凑证明谓词"];
    minmeasure -> family [label="exact minimum length coordinate\n精确最短长度坐标"];
    diagonal -> rescale [label="power lower-bound seed\n幂下界种子"];
    family -> rescale;
    rescale -> lower [label="explicit time-constructible f\n显式时间可构造函数 f"];
    lowernote -> rescale [style=dotted, arrowhead=none, constraint=false];
  }

  subgraph cluster_collision {
    label="I. Same-object upper bound and collision（同对象上界与碰撞）";
    color="#9a9a9a";
    style="rounded,dashed";

    sondowcert [label="Sondow checked certificates\n索多已检查证书\nassume gamma rational（假设欧拉常数有理）\n本节点只表示证书已检查，不等于同对象上界已完成", fillcolor="#dff2e8", color="#3f7c66"];
    samecompiler [label="Sondow same-object compiler\n索多同对象编译器\ncertificate -> real proof of the same F_n\n证书 -> 同一 F_n 的真实证明", fillcolor="#f3f3f3", color="#777777", style="rounded,filled,dashed"];
    upper [label="minProofLength(F_n) <= U(n)\n最短证明长度不超过多项式 U(n)\npolynomial upper bound（多项式上界）\n等待 same-object compiler（同对象编译器）", fillcolor="#f3f3f3", color="#777777", style="rounded,filled,dashed"];
    collision [label="U(N) < minProofLength(F_N) <= U(N)\n同一 N、同一公式、同一检查器、同一长度的矛盾\ncollision theorem（碰撞定理）", fillcolor="#f8d9d6", color="#a8443d", style="rounded,filled,dashed", penwidth=2.5];
    final [label="not is_rational euler_mascheroni\n欧拉-马歇罗尼常数非有理\n仅在全部上游根定理闭合后成立", fillcolor="#f8d9d6", color="#a8443d", style="rounded,filled,dashed", penwidth=2.5];
    samenote [shape=note, label="关键注释：碰撞必须是同一 N、同一 F_N、\n同一 checker（检查器）和同一 length measure（长度度量）。\n只证明两个抽象接口各自存在不能形成碰撞。", fillcolor="#e8f1f8", color="#4e7892"];

    sondowcert -> samecompiler;
    family -> samecompiler [label="formula identity\n公式恒等"];
    predicate -> samecompiler [label="same checker/length\n同一检查器/长度"];
    minmeasure -> samecompiler [label="same minimum payload measure\n同一最短载荷度量"];
    samecompiler -> upper [label="canonical accepted proof code\n规范且被接受的证明码"];
    upper -> collision [label="same F_N / same length\n同一 F_N / 同一长度"];
    lower -> collision [label="same F_N / same length\n同一 F_N / 同一长度"];
    samenote -> collision [style=dotted, arrowhead=none, constraint=false];
    collision -> final;
  }

  subgraph cluster_audit {
    label="J. Submission-grade audit gates（投稿级审计门）";
    color="#76639a";
    style="rounded";

    axioms [label="#print axioms audit（公理画像审计）\n已完成节点仅依赖：\npropext（命题外延）\nClassical.choice（经典选择）\nQuot.sound（商类型可靠性）", fillcolor="#e9e3f5", color="#76639a"];
    forbidden [label="Forbidden project assumptions（禁止项目级假设）\nno tail_gap（无尾部间隙参数）\nno upper_provider（无上界提供者参数）\nno project proof_length（无项目证明长度公设）\nno sorryAx（无未完成证明公设）", fillcolor="#e9e3f5", color="#76639a"];
    gate [label="Final dependency audit（最终依赖审计）\nsame formula / parameter / checker / measure\n同一公式 / 参数 / 检查器 / 度量", fillcolor="#e9e3f5", color="#76639a", penwidth=2.0];

    totalcanonical -> axioms [style=dotted];
    publiciff -> axioms [style=dotted];
    completeness -> axioms [style=dotted];
    nattrace -> axioms [style=dotted];
    polytime -> forbidden [style=dashed];
    diagonal -> forbidden [style=dashed];
    samecompiler -> forbidden [style=dashed];
    lower -> gate;
    upper -> gate;
    axioms -> gate;
    forbidden -> gate;
    gate -> collision [style=dashed, label="audit pass\n审计通过"];
  }

  subgraph cluster_rejected_routes {
    label="K. Rejected historical routes（经审计弃用的历史路线；不通向主结论）";
    color="#a8443d";
    style="rounded,dashed";

    rawgodel [label="Nat.size(rawProofCode) lower bound\n原始哥德尔证明码位长下界\nunary-numeral encoding artifact（一元数词编码伪影）", fillcolor="#f8d9d6", color="#a8443d", style="rounded,filled,dashed"];
    postfixraw [label="Postfix checker rebuilding rawCode\n重建 rawCode 的后缀检查器\nprimitive recursive != polynomial time\n原始递归不等于多项式时间", fillcolor="#f8d9d6", color="#a8443d", style="rounded,filled,dashed"];
    abstractgap [label="tail_gap / computable_gap input\n尾部间隙 / 可计算间隙输入\nassumes the lower bound（预设下界）", fillcolor="#f8d9d6", color="#a8443d", style="rounded,filled,dashed"];
    abstractupper [label="upper_provider input\n上界提供者输入\nassumes the Sondow bridge（预设索多桥）", fillcolor="#f8d9d6", color="#a8443d", style="rounded,filled,dashed"];
    unsimulated [label="Unproved Hilbert-system simulation\n未证明的 Hilbert 系统模拟\nwrong/uncalibrated proof measure\n错误或未校准的证明度量", fillcolor="#f8d9d6", color="#a8443d", style="rounded,filled,dashed"];
    graft [label="strengthened_to_partial / transfer_to_graft\n加强到部分 / 嫁接转移接口\ninterface packaging without source theorem\n只有接口包装、没有源定理", fillcolor="#f8d9d6", color="#a8443d", style="rounded,filled,dashed"];
    rejectednote [shape=note, label="弃用判据：编码伪影、循环输入、对象错位，\n或只给接口而没有根定理。\n本区域没有任何边连接最终碰撞定理。", fillcolor="#fff1f0", color="#a8443d"];

    rawgodel -> postfixraw [style=dotted, color="#a8443d"];
    abstractgap -> graft [style=dotted, color="#a8443d"];
    abstractupper -> graft [style=dotted, color="#a8443d"];
    unsimulated -> graft [style=dotted, color="#a8443d"];
    rejectednote -> graft [style=dotted, arrowhead=none, color="#a8443d"];
  }
}
